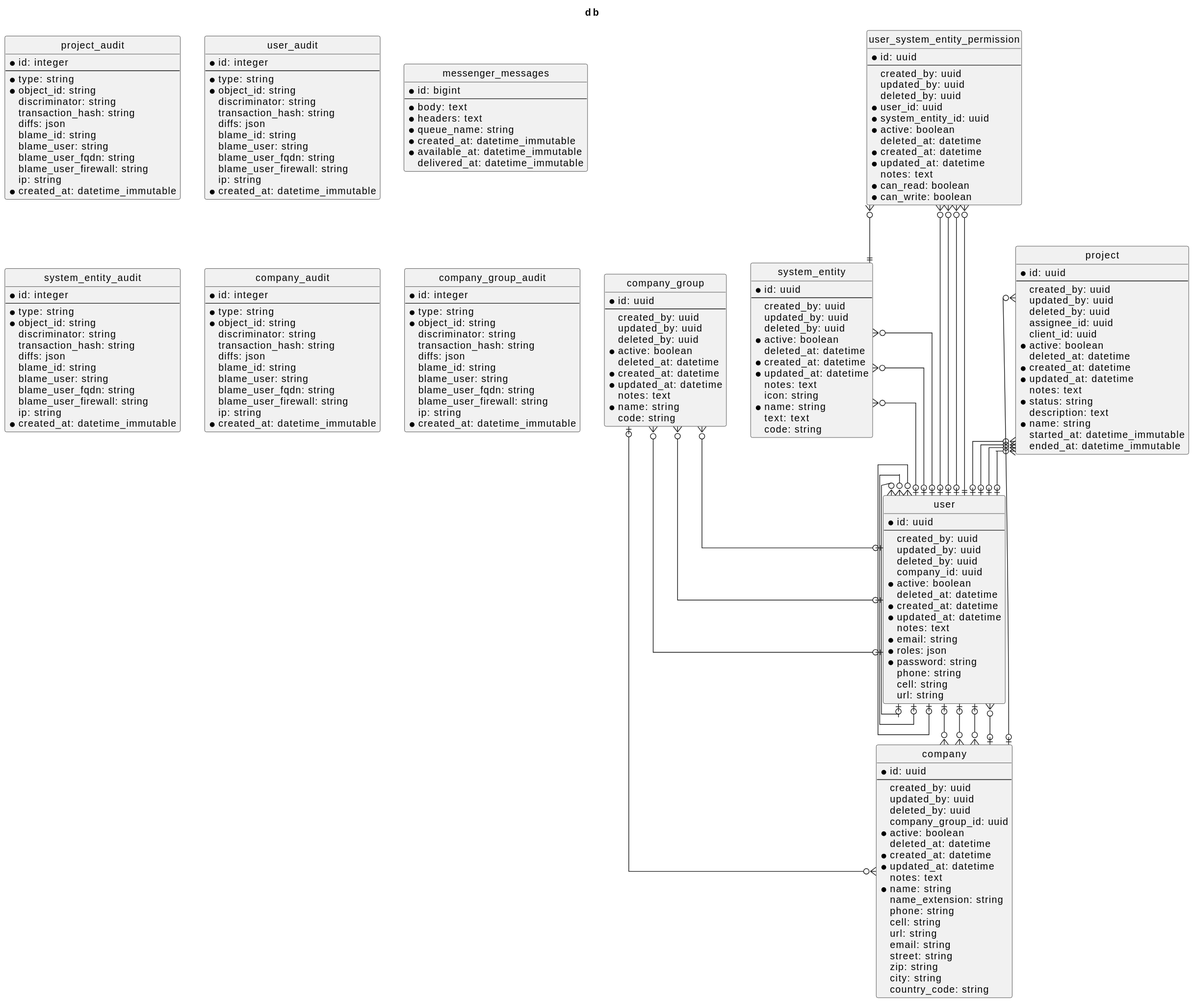
Earlier version of the PlantUML export assets/docs/diagram-er.svg (cschorr/symfony-core-bundle).
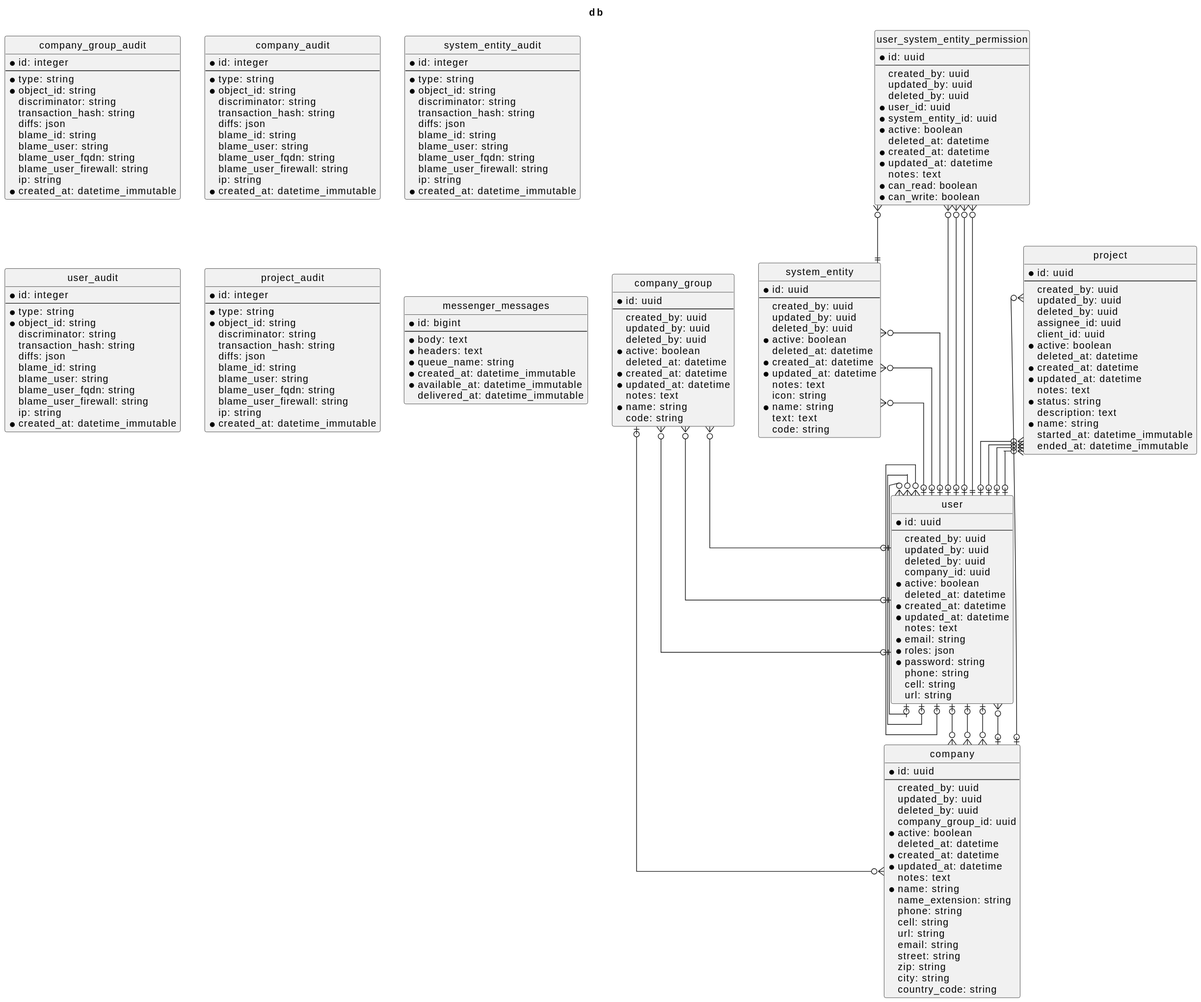
After the change.

Commit message:
fix: remove enum property from project entity to re-enable diagram

The edit, as a diff of the source:
```diff
@@ -5,56 +5,37 @@
 skinparam LineType Ortho
 title db
 !theme _none_
-entity company_group {
-* id: uuid
+entity company_group_audit {
+* id: integer
 --
- created_by: uuid
- updated_by: uuid
- deleted_by: uuid
-* active: boolean
- deleted_at: datetime
-* created_at: datetime
-* updated_at: datetime
- notes: text
-* name: string
- code: string
+* type: string
+* object_id: string
+ discriminator: string
+ transaction_hash: string
+ diffs: json
+ blame_id: string
+ blame_user: string
+ blame_user_fqdn: string
+ blame_user_firewall: string
+ ip: string
+* created_at: datetime_immutable
 }
-entity project {
-* id: uuid
+entity company_audit {
+* id: integer
 --
- created_by: uuid
- updated_by: uuid
- deleted_by: uuid
- assignee_id: uuid
- client_id: uuid
-* active: boolean
- deleted_at: datetime
-* created_at: datetime
-* updated_at: datetime
- notes: text
-* status: string
- description: text
-* name: string
- started_at: datetime_immutable
- ended_at: datetime_immutable
+* type: string
+* object_id: string
+ discriminator: string
+ transaction_hash: string
+ diffs: json
+ blame_id: string
+ blame_user: string
+ blame_user_fqdn: string
+ blame_user_firewall: string
+ ip: string
+* created_at: datetime_immutable
 }
-entity user_system_entity_permission {
-* id: uuid
---
- created_by: uuid
- updated_by: uuid
- deleted_by: uuid
-* user_id: uuid
-* system_entity_id: uuid
-* active: boolean
- deleted_at: datetime
-* created_at: datetime
-* updated_at: datetime
- notes: text
-* can_read: boolean
-* can_write: boolean
-}
-entity project_audit {
+entity system_entity_audit {
 * id: integer
 --
 * type: string
@@ -83,6 +64,45 @@
  blame_user_firewall: string
  ip: string
 * created_at: datetime_immutable
+}
+entity project_audit {
+* id: integer
+--
+* type: string
+* object_id: string
+ discriminator: string
+ transaction_hash: string
+ diffs: json
+ blame_id: string
+ blame_user: string
+ blame_user_fqdn: string
+ blame_user_firewall: string
+ ip: string
+* created_at: datetime_immutable
+}
+entity messenger_messages {
+* id: bigint
+--
+* body: text
+* headers: text
+* queue_name: string
+* created_at: datetime_immutable
+* available_at: datetime_immutable
+ delivered_at: datetime_immutable
+}
+entity company_group {
+* id: uuid
+--
+ created_by: uuid
+ updated_by: uuid
+ deleted_by: uuid
+* active: boolean
+ deleted_at: datetime
+* created_at: datetime
+* updated_at: datetime
+ notes: text
+* name: string
+ code: string
 }
 entity company {
 * id: uuid
@@ -123,60 +143,21 @@
  text: text
  code: string
 }
-entity messenger_messages {
-* id: bigint
+entity user_system_entity_permission {
+* id: uuid
 --
-* body: text
-* headers: text
-* queue_name: string
-* created_at: datetime_immutable
-* available_at: datetime_immutable
- delivered_at: datetime_immutable
-}
-entity system_entity_audit {
-* id: integer
---
-* type: string
-* object_id: string
- discriminator: string
- transaction_hash: string
- diffs: json
- blame_id: string
- blame_user: string
- blame_user_fqdn: string
- blame_user_firewall: string
- ip: string
-* created_at: datetime_immutable
-}
-entity company_audit {
-* id: integer
---
-* type: string
-* object_id: string
- discriminator: string
- transaction_hash: string
- diffs: json
- blame_id: string
- blame_user: string
- blame_user_fqdn: string
- blame_user_firewall: string
- ip: string
-* created_at: datetime_immutable
-}
-entity company_group_audit {
-* id: integer
---
-* type: string
-* object_id: string
- discriminator: string
- transaction_hash: string
- diffs: json
- blame_id: string
- blame_user: string
- blame_user_fqdn: string
- blame_user_firewall: string
- ip: string
-* created_at: datetime_immutable
+ created_by: uuid
+ updated_by: uuid
+ deleted_by: uuid
+* user_id: uuid
+* system_entity_id: uuid
+* active: boolean
+ deleted_at: datetime
+* created_at: datetime
+* updated_at: datetime
+ notes: text
+* can_read: boolean
+* can_write: boolean
 }
 entity user {
 * id: uuid
@@ -197,19 +178,28 @@
  cell: string
  url: string
 }
+entity project {
+* id: uuid
+--
+ created_by: uuid
+ updated_by: uuid
+ deleted_by: uuid
+ assignee_id: uuid
+ client_id: uuid
+* active: boolean
+ deleted_at: datetime
+* created_at: datetime
+* updated_at: datetime
+ notes: text
+* status: string
+ description: text
+* name: string
+ started_at: datetime_immutable
+ ended_at: datetime_immutable
+}
 company_group }o--o| user
 company_group }o--o| user
 company_group }o--o| user
-project }o--o| user
-project }o--o| user
-project }o--o| company
-project }o--o| user
-project }o--o| user
-user_system_entity_permission }o--o| user
-user_system_entity_permission }o--o| user
-user_system_entity_permission }o--|| system_entity
-user_system_entity_permission }o--o| user
-user_system_entity_permission }o--|| user
 company }o--o| user
 company }o--o| user
 company }o--o| company_group
@@ -217,8 +207,18 @@
 system_entity }o--o| user
 system_entity }o--o| user
 system_entity }o--o| user
+user_system_entity_permission }o--o| user
+user_system_entity_permission }o--o| user
+user_system_entity_permission }o--|| system_entity
+user_system_entity_permission }o--o| user
+user_system_entity_permission }o--|| user
+user }o--o| company
 user }o--o| user
 user }o--o| user
-user }o--o| company
 user }o--o| user
+project }o--o| company
+project }o--o| user
+project }o--o| user
+project }o--o| user
+project }o--o| user
 @enduml
```
